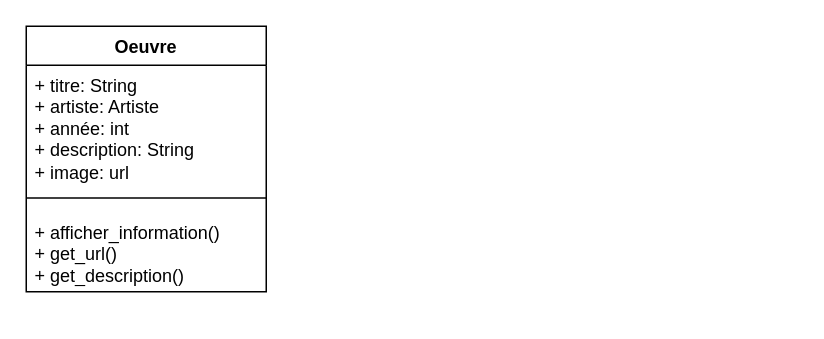
Earlier version of the draw.io diagram artefile_uml.drawio (akbarNz/projet_dev_ba2). Source tidied: cells renumbered, new cells numbered last; positions are measured from the earlier drawing's top-left corner, leaving out a move shared by most shapes. Both pictures are drawn from the tidied source at 150%, with x=0, y=0 at pixel (26, 26).
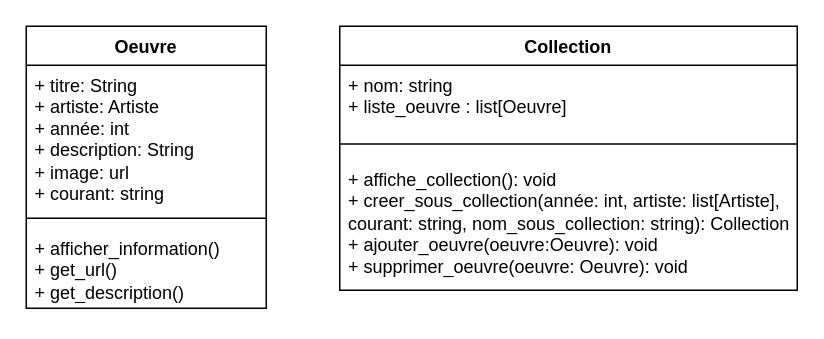
The same page after the edit.

Commit message:
Mettre à jour collection

Diff of the diagram source:
```diff
@@
 <mxGraphModel>
   <root>
     <mxCell id="0" />
     <mxCell id="1" parent="0" />
     <mxCell id="2" value="Oeuvre" style="swimlane;fontStyle=1;align=center;verticalAlign=top;horizontal=1;startSize=26;whiteSpace=wrap;html=1;" parent="1" vertex="1">
-      <mxGeometry width="160" height="177" as="geometry" />
+      <mxGeometry width="160" height="188" as="geometry" />
     </mxCell>
-    <mxCell id="3" value="&lt;span style=&quot;text-wrap-mode: nowrap;&quot;&gt;+ titre: String&lt;/span&gt;&lt;br style=&quot;padding: 0px; margin: 0px; text-wrap-mode: nowrap;&quot;&gt;&lt;span style=&quot;text-wrap-mode: nowrap;&quot;&gt;+ artiste: Artiste&lt;/span&gt;&lt;br style=&quot;padding: 0px; margin: 0px; text-wrap-mode: nowrap;&quot;&gt;&lt;span style=&quot;text-wrap-mode: nowrap;&quot;&gt;+ année: int&lt;/span&gt;&lt;br style=&quot;padding: 0px; margin: 0px; text-wrap-mode: nowrap;&quot;&gt;&lt;span style=&quot;text-wrap-mode: nowrap;&quot;&gt;+ description: String&lt;/span&gt;&lt;br style=&quot;padding: 0px; margin: 0px; text-wrap-mode: nowrap;&quot;&gt;&lt;span style=&quot;text-wrap-mode: nowrap;&quot;&gt;+ image: url&lt;/span&gt;" style="text;strokeColor=none;fillColor=none;align=left;verticalAlign=top;spacingLeft=4;spacingRight=4;overflow=hidden;whiteSpace=wrap;html=1;" parent="2" vertex="1">
-      <mxGeometry y="26" width="160" height="79" as="geometry" />
+    <mxCell id="3" value="&lt;span style=&quot;text-wrap-mode: nowrap;&quot;&gt;+ titre: String&lt;/span&gt;&lt;br style=&quot;padding: 0px; margin: 0px; text-wrap-mode: nowrap;&quot;&gt;&lt;span style=&quot;text-wrap-mode: nowrap;&quot;&gt;+ artiste: Artiste&lt;/span&gt;&lt;br style=&quot;padding: 0px; margin: 0px; text-wrap-mode: nowrap;&quot;&gt;&lt;span style=&quot;text-wrap-mode: nowrap;&quot;&gt;+ année: int&lt;/span&gt;&lt;br style=&quot;padding: 0px; margin: 0px; text-wrap-mode: nowrap;&quot;&gt;&lt;span style=&quot;text-wrap-mode: nowrap;&quot;&gt;+ description: String&lt;/span&gt;&lt;br style=&quot;padding: 0px; margin: 0px; text-wrap-mode: nowrap;&quot;&gt;&lt;span style=&quot;text-wrap-mode: nowrap;&quot;&gt;+ image: url&lt;/span&gt;&lt;div&gt;&lt;span style=&quot;text-wrap-mode: nowrap;&quot;&gt;+ courant: string&lt;/span&gt;&lt;/div&gt;&lt;div&gt;&lt;span style=&quot;text-wrap-mode: nowrap;&quot;&gt;&lt;br&gt;&lt;/span&gt;&lt;/div&gt;" style="text;strokeColor=none;fillColor=none;align=left;verticalAlign=top;spacingLeft=4;spacingRight=4;overflow=hidden;whiteSpace=wrap;html=1;" parent="2" vertex="1">
+      <mxGeometry y="26" width="160" height="95" as="geometry" />
     </mxCell>
     <mxCell id="4" style="line;strokeWidth=1;fillColor=none;align=left;verticalAlign=middle;spacingTop=-1;spacingLeft=3;spacingRight=3;labelPosition=right;strokeColor=inherit;" parent="2" vertex="1">
-      <mxGeometry y="105" width="160" height="19" as="geometry" />
+      <mxGeometry y="121" width="160" height="14" as="geometry" />
     </mxCell>
     <mxCell id="5" value="+ afficher_information()&lt;div&gt;+ get_url()&lt;/div&gt;&lt;div&gt;+&amp;nbsp;&lt;span style=&quot;background-color: initial;&quot;&gt;get_description()&lt;/span&gt;&lt;/div&gt;" style="text;strokeColor=none;fillColor=none;align=left;verticalAlign=top;spacingLeft=4;spacingRight=4;overflow=hidden;whiteSpace=wrap;html=1;" parent="2" vertex="1">
-      <mxGeometry y="124" width="160" height="53" as="geometry" />
+      <mxGeometry y="135" width="160" height="53" as="geometry" />
     </mxCell>
+    <mxCell id="6" value="Collection" style="swimlane;fontStyle=1;align=center;verticalAlign=top;horizontal=1;startSize=26;whiteSpace=wrap;html=1;" parent="1" vertex="1">
+      <mxGeometry x="209" width="305" height="176" as="geometry" />
+    </mxCell>
+    <mxCell id="7" value="+ nom: string&lt;div&gt;&lt;div&gt;+ liste_oeuvre : list[Oeuvre]&lt;/div&gt;&lt;/div&gt;" style="text;strokeColor=none;fillColor=none;align=left;verticalAlign=top;spacingLeft=4;spacingRight=4;overflow=hidden;whiteSpace=wrap;html=1;" parent="6" vertex="1">
+      <mxGeometry y="26" width="305" height="42" as="geometry" />
+    </mxCell>
+    <mxCell id="8" style="line;strokeWidth=1;fillColor=none;align=left;verticalAlign=middle;spacingTop=-1;spacingLeft=3;spacingRight=3;labelPosition=right;strokeColor=inherit;" parent="6" vertex="1">
+      <mxGeometry y="68" width="305" height="21" as="geometry" />
+    </mxCell>
+    <mxCell id="9" value="+ affiche_collection(): void&lt;div&gt;+ creer_sous_collection(année: int, artiste: list[Artiste], courant: string, nom_sous_collection: string): Collection&lt;/div&gt;&lt;div&gt;+ ajouter_oeuvre(oeuvre:Oeuvre): void&lt;/div&gt;&lt;div&gt;+ supprimer_oeuvre(oeuvre: Oeuvre): void&lt;/div&gt;" style="text;strokeColor=none;fillColor=none;align=left;verticalAlign=top;spacingLeft=4;spacingRight=4;overflow=hidden;whiteSpace=wrap;html=1;" parent="6" vertex="1">
+      <mxGeometry y="89" width="305" height="87" as="geometry" />
+    </mxCell>
   </root>
 </mxGraphModel>
```
